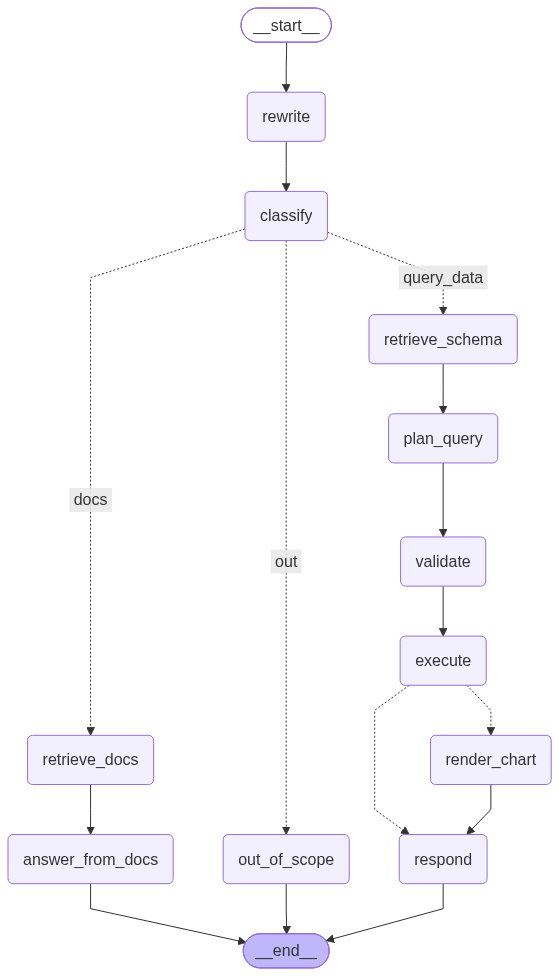
TienDungwork/agent-harness keeps this Mermaid diagram as dong/graph.png. Above is the earlier version. Its source is kept beside it as dong/graph.mmd.
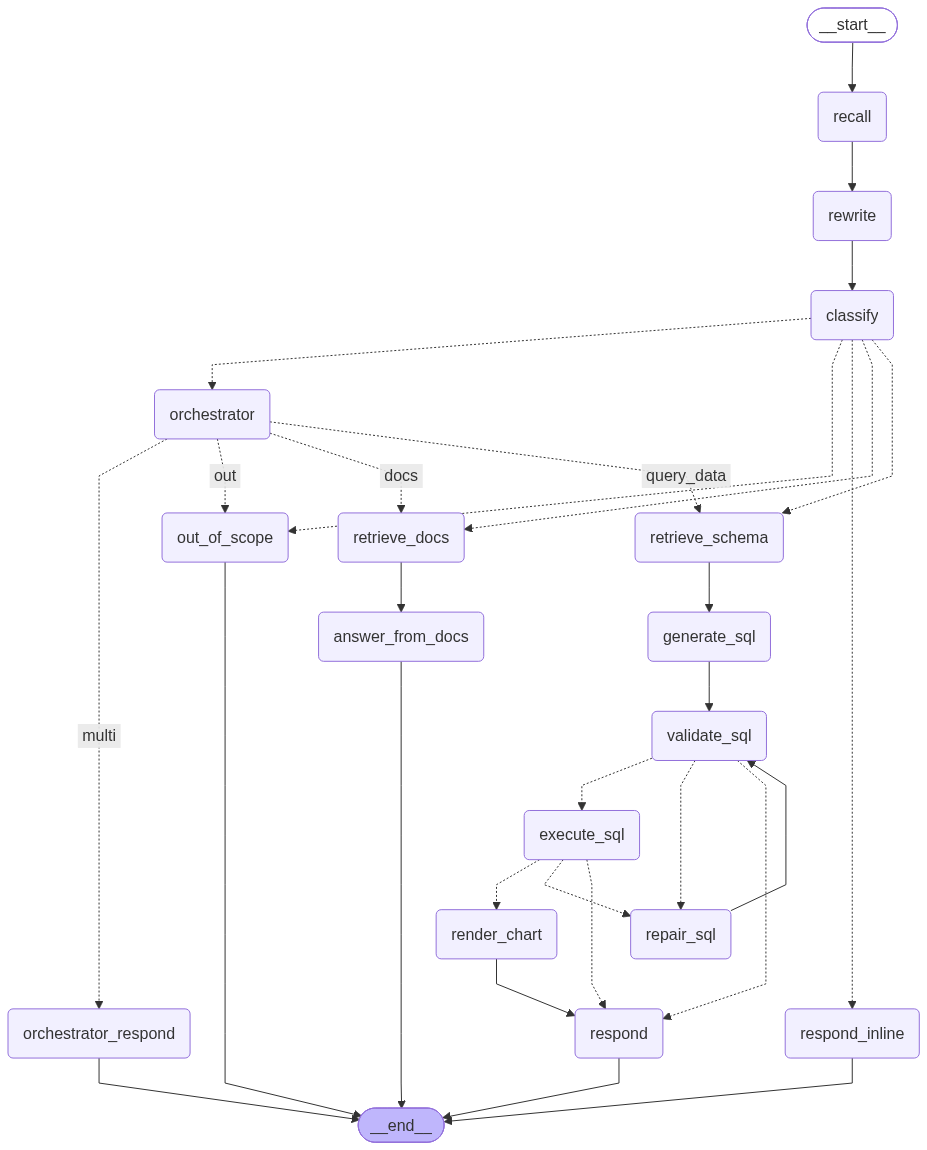
Above is the later version.

The edit, as a diff of the source:
```diff
@@ -5,33 +5,51 @@
 ---
 graph TD;
 	__start__([<p>__start__</p>]):::first
+	recall(recall)
 	rewrite(rewrite)
 	classify(classify)
+	respond_inline(respond_inline)
+	orchestrator(orchestrator)
+	orchestrator_respond(orchestrator_respond)
 	retrieve_schema(retrieve_schema)
-	plan_query(plan_query)
-	validate(validate)
-	execute(execute)
+	generate_sql(generate_sql)
+	validate_sql(validate_sql)
+	repair_sql(repair_sql)
+	execute_sql(execute_sql)
 	render_chart(render_chart)
 	respond(respond)
 	retrieve_docs(retrieve_docs)
 	answer_from_docs(answer_from_docs)
 	out_of_scope(out_of_scope)
 	__end__([<p>__end__</p>]):::last
-	__start__ --> rewrite;
-	classify -. &nbsp;out&nbsp; .-> out_of_scope;
-	classify -. &nbsp;docs&nbsp; .-> retrieve_docs;
-	classify -. &nbsp;query_data&nbsp; .-> retrieve_schema;
-	execute -.-> render_chart;
-	execute -.-> respond;
-	plan_query --> validate;
+	__start__ --> recall;
+	classify -.-> orchestrator;
+	classify -.-> out_of_scope;
+	classify -.-> respond_inline;
+	classify -.-> retrieve_docs;
+	classify -.-> retrieve_schema;
+	execute_sql -.-> render_chart;
+	execute_sql -.-> repair_sql;
+	execute_sql -.-> respond;
+	generate_sql --> validate_sql;
+	orchestrator -. &nbsp;multi&nbsp; .-> orchestrator_respond;
+	orchestrator -. &nbsp;out&nbsp; .-> out_of_scope;
+	orchestrator -. &nbsp;docs&nbsp; .-> retrieve_docs;
+	orchestrator -. &nbsp;query_data&nbsp; .-> retrieve_schema;
+	recall --> rewrite;
 	render_chart --> respond;
+	repair_sql --> validate_sql;
 	retrieve_docs --> answer_from_docs;
-	retrieve_schema --> plan_query;
+	retrieve_schema --> generate_sql;
 	rewrite --> classify;
-	validate --> execute;
+	validate_sql -.-> execute_sql;
+	validate_sql -.-> repair_sql;
+	validate_sql -.-> respond;
 	answer_from_docs --> __end__;
+	orchestrator_respond --> __end__;
 	out_of_scope --> __end__;
 	respond --> __end__;
+	respond_inline --> __end__;
 	classDef default fill:#f2f0ff,line-height:1.2
 	classDef first fill-opacity:0
 	classDef last fill:#bfb6fc
```
